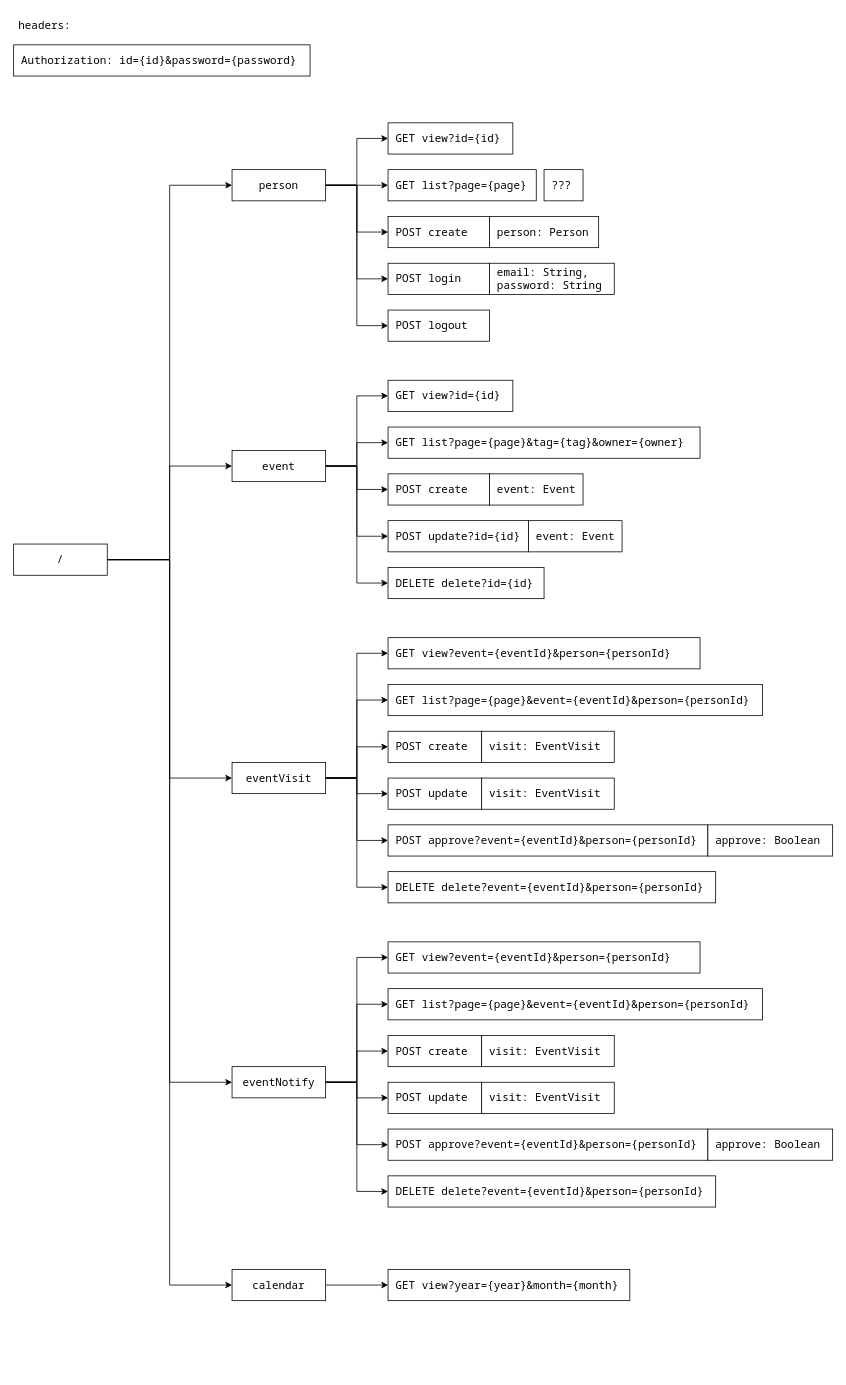
dmitriynaumov1024/practice-events keeps this draw.io diagram as science/2023-11-29-webapi.drawio. Above is the earlier version. Source tidied: cells renumbered, new cells numbered last; positions are measured from the earlier drawing's top-left corner, leaving out a move shared by most shapes. Both pictures are drawn from the tidied source at 78%, with x=0, y=0 at pixel (13, 13).
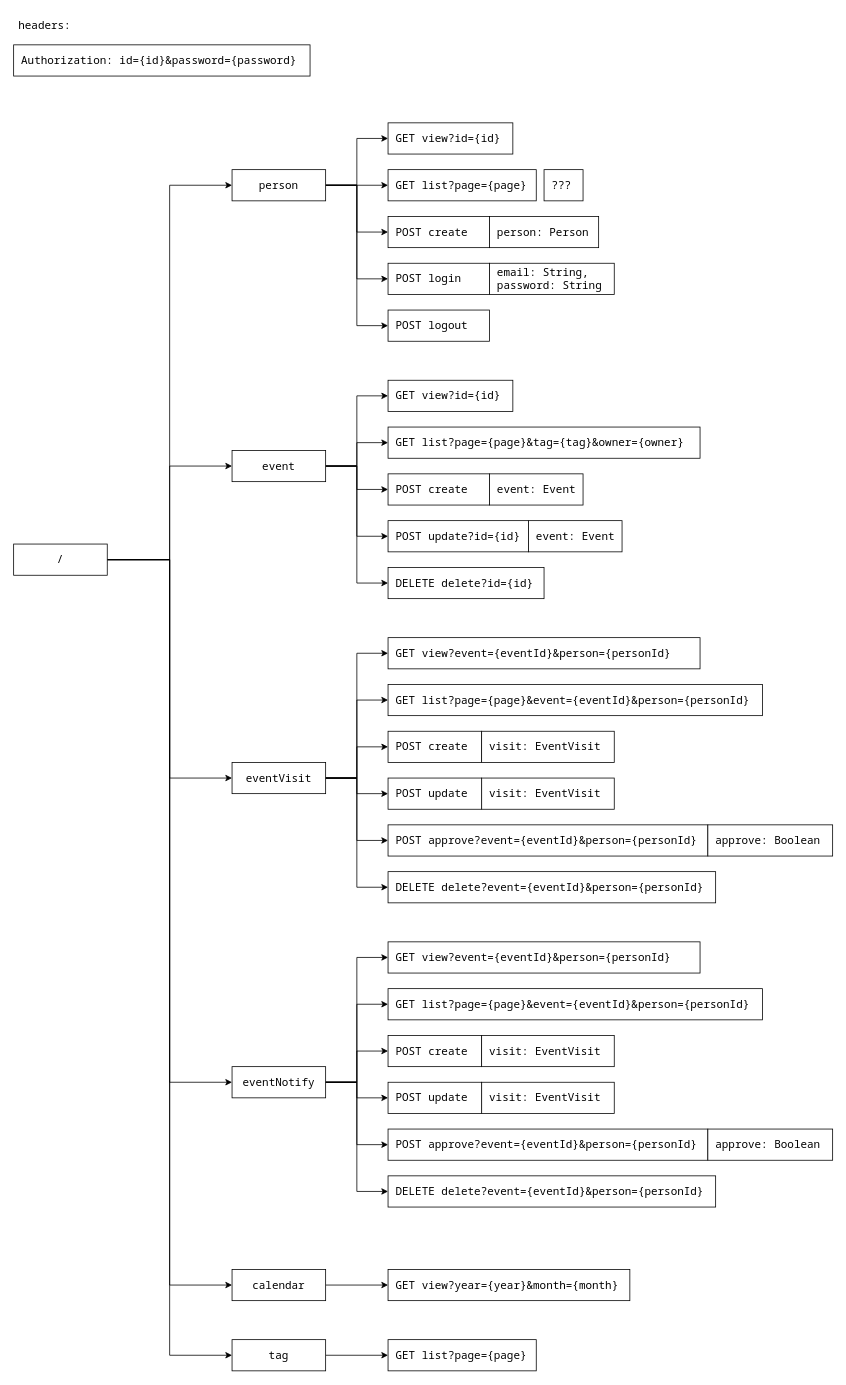
The same page after the edit.

Commit message (it also covers changes not shown here):
science: update data model & web api model

The change refers to these unchanged cells:
```xml
<mxCell id="7" value="/" style="rounded=0;whiteSpace=wrap;html=1;fontFamily=Noto Sans Mono;fontSize=14;" parent="1" vertex="1">
  <mxGeometry y="680" width="120" height="40" as="geometry" />
</mxCell>
```

Diff of the diagram source:
```diff
@@
+    <mxCell id="72" style="edgeStyle=orthogonalEdgeStyle;rounded=0;jettySize=auto;html=1;exitX=1;exitY=0.5;exitDx=0;exitDy=0;entryX=0;entryY=0.5;entryDx=0;entryDy=0;" parent="1" edge="1" source="7" target="74">
+      <mxGeometry relative="1" as="geometry" />
+    </mxCell>
@@
+    <mxCell id="73" style="edgeStyle=orthogonalEdgeStyle;rounded=0;jettySize=auto;html=1;exitX=1;exitY=0.5;exitDx=0;exitDy=0;entryX=0;entryY=0.5;entryDx=0;entryDy=0;" parent="1" edge="1" source="74" target="75">
+      <mxGeometry relative="1" as="geometry" />
+    </mxCell>
+    <mxCell id="74" value="tag" style="rounded=0;whiteSpace=wrap;html=1;fontFamily=Noto Sans Mono;fontSize=14;" parent="1" vertex="1">
+      <mxGeometry x="280" y="1700" width="120" height="40" as="geometry" />
+    </mxCell>
+    <mxCell id="75" value="GET list?page={page}" style="rounded=0;whiteSpace=wrap;html=1;fontFamily=Noto Sans Mono;fontSize=14;align=left;spacingLeft=8;" parent="1" vertex="1">
+      <mxGeometry x="480" y="1700" width="190" height="40" as="geometry" />
+    </mxCell>
```
